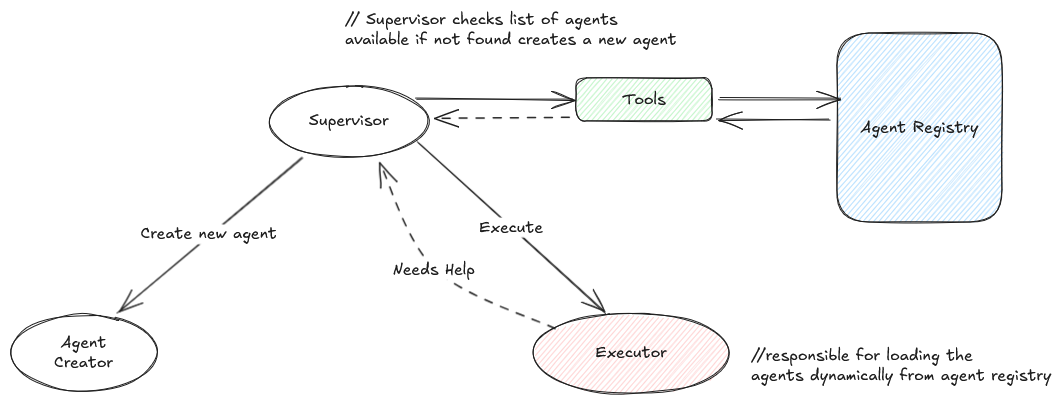
Above: resources/design.excalidraw.png in abhijeetkaze/langgraph-runtime (Excalidraw), before the change. Source tidied: one line per element, renumbered; positions are measured from the earlier drawing's top-left corner, leaving out a move shared by most shapes. Its diagram source:
```json
{"id": 0, "type": "ellipse", "strokeColor": "#1e1e1e", "strokeWidth": 1, "roughness": 1, "round": true, "x": 374, "y": 76, "width": 160, "height": 71}
{"id": 1, "type": "text", "text": "Supervisor", "strokeColor": "#1e1e1e", "strokeWidth": 1, "roughness": 1, "fontSize": 16, "fontFamily": 5, "textAlign": "center", "verticalAlign": "middle", "inside": 0, "x": 417, "y": 101, "width": 75, "height": 20}
{"id": 2, "type": "arrow", "strokeColor": "#1e1e1e", "strokeWidth": 1, "roughness": 1, "endArrowhead": "arrow", "round": true, "from": 0, "to": 4, "x": 406, "y": 147, "width": 184, "height": 155, "points": [[0, 0], [-184, 155]]}
{"id": 3, "type": "text", "text": "Create new agent", "strokeColor": "#1e1e1e", "strokeWidth": 1, "roughness": 1, "fontSize": 16, "fontFamily": 5, "textAlign": "center", "verticalAlign": "middle", "inside": 2, "x": 0, "y": 164, "width": 124, "height": 20}
{"id": 4, "type": "ellipse", "strokeColor": "#1e1e1e", "strokeWidth": 1, "roughness": 1, "round": true, "x": 115, "y": 305, "width": 147, "height": 76}
{"id": 5, "type": "text", "text": "Agent\nCreator", "strokeColor": "#1e1e1e", "strokeWidth": 1, "roughness": 1, "fontSize": 16, "fontFamily": 5, "textAlign": "center", "verticalAlign": "middle", "inside": 4, "x": 163, "y": 323, "width": 52, "height": 40}
{"id": 6, "type": "arrow", "strokeColor": "#1e1e1e", "strokeWidth": 1, "roughness": 1, "endArrowhead": "arrow", "round": true, "from": 0, "to": 8, "x": 523, "y": 132, "width": 187, "height": 170, "points": [[0, 0], [187, 170]]}
{"id": 7, "type": "text", "text": "Execute", "strokeColor": "#1e1e1e", "strokeWidth": 1, "roughness": 1, "fontSize": 16, "fontFamily": 5, "textAlign": "center", "verticalAlign": "middle", "inside": 6, "x": 337, "y": 157, "width": 54, "height": 20}
{"id": 8, "type": "ellipse", "strokeColor": "#1e1e1e", "backgroundColor": "#ffc9c9", "fillStyle": "hachure", "strokeWidth": 1, "roughness": 1, "round": true, "x": 638, "y": 303, "width": 196, "height": 81}
{"id": 9, "type": "text", "text": "Executor", "strokeColor": "#1e1e1e", "strokeWidth": 1, "roughness": 1, "fontSize": 16, "fontFamily": 5, "textAlign": "center", "verticalAlign": "middle", "inside": 8, "x": 706, "y": 333, "width": 60, "height": 20}
{"id": 10, "type": "text", "text": "//responsible for loading the \nagents dynamically from agent registry", "strokeColor": "#1e1e1e", "backgroundColor": "#ffc9c9", "fillStyle": "hachure", "strokeWidth": 1, "roughness": 1, "fontSize": 16, "fontFamily": 5, "x": 856, "y": 336, "width": 300, "height": 40}
{"id": 11, "type": "rectangle", "strokeColor": "#1e1e1e", "backgroundColor": "#a5d8ff", "fillStyle": "hachure", "strokeWidth": 1, "roughness": 1, "round": true, "x": 942, "y": 23, "width": 165, "height": 189}
{"id": 12, "type": "text", "text": "Agent Registry", "strokeColor": "#1e1e1e", "backgroundColor": "#a5d8ff", "fillStyle": "hachure", "strokeWidth": 1, "roughness": 1, "fontSize": 16, "fontFamily": 5, "textAlign": "center", "verticalAlign": "middle", "inside": 11, "x": 973, "y": 108, "width": 104, "height": 20}
{"id": 13, "type": "arrow", "strokeColor": "#1e1e1e", "backgroundColor": "#a5d8ff", "fillStyle": "hachure", "strokeWidth": 1, "strokeStyle": "dashed", "roughness": 1, "endArrowhead": "arrow", "round": true, "from": 8, "to": 0, "x": 660, "y": 318, "width": 175, "height": 166, "points": [[0, 0], [-121, -58], [-175, -166]]}
{"id": 14, "type": "text", "text": "Needs Help", "strokeColor": "#1e1e1e", "backgroundColor": "#a5d8ff", "fillStyle": "hachure", "strokeWidth": 1, "strokeStyle": "dashed", "roughness": 1, "fontSize": 16, "fontFamily": 5, "textAlign": "center", "verticalAlign": "middle", "inside": 13, "x": 246, "y": 200, "width": 82, "height": 20}
{"id": 15, "type": "rectangle", "strokeColor": "#1e1e1e", "backgroundColor": "#b2f2bb", "fillStyle": "hachure", "strokeWidth": 1, "roughness": 1, "round": true, "x": 681, "y": 68, "width": 136, "height": 43}
{"id": 16, "type": "text", "text": "Tools", "strokeColor": "#1e1e1e", "backgroundColor": "#b2f2bb", "fillStyle": "hachure", "strokeWidth": 1, "strokeStyle": "dashed", "roughness": 1, "fontSize": 16, "fontFamily": 5, "textAlign": "center", "verticalAlign": "middle", "inside": 15, "x": 731, "y": 80, "width": 36, "height": 20}
{"id": 17, "type": "arrow", "strokeColor": "#1e1e1e", "backgroundColor": "#b2f2bb", "fillStyle": "hachure", "strokeWidth": 1, "roughness": 1, "endArrowhead": "arrow", "round": true, "from": 0, "to": 15, "x": 521, "y": 89, "width": 158, "height": 0, "points": [[0, 0], [158, 0]]}
{"id": 18, "type": "arrow", "strokeColor": "#1e1e1e", "backgroundColor": "#b2f2bb", "fillStyle": "hachure", "strokeWidth": 1, "strokeStyle": "dashed", "roughness": 1, "endArrowhead": "arrow", "round": true, "from": 15, "to": 0, "x": 676, "y": 107, "width": 136, "height": 2, "points": [[0, 0], [-136, 2]]}
{"id": 19, "type": "arrow", "strokeColor": "#1e1e1e", "backgroundColor": "#b2f2bb", "fillStyle": "hachure", "strokeWidth": 1, "roughness": 1, "endArrowhead": "arrow", "round": true, "from": 15, "to": 11, "x": 825, "y": 88, "width": 121, "height": 0, "points": [[0, 0], [121, 0]]}
{"id": 20, "type": "arrow", "strokeColor": "#1e1e1e", "backgroundColor": "#b2f2bb", "fillStyle": "hachure", "strokeWidth": 1, "roughness": 1, "endArrowhead": "arrow", "round": true, "from": 11, "to": 15, "x": 935, "y": 110, "width": 113, "height": 1, "points": [[0, 0], [-113, -1]]}
{"id": 21, "type": "text", "text": "// Supervisor checks list of agents \navailable if not found creates a new agent", "strokeColor": "#1e1e1e", "backgroundColor": "#b2f2bb", "fillStyle": "hachure", "strokeWidth": 1, "roughness": 1, "fontSize": 16, "fontFamily": 5, "x": 450, "y": 0, "width": 332, "height": 40}
```
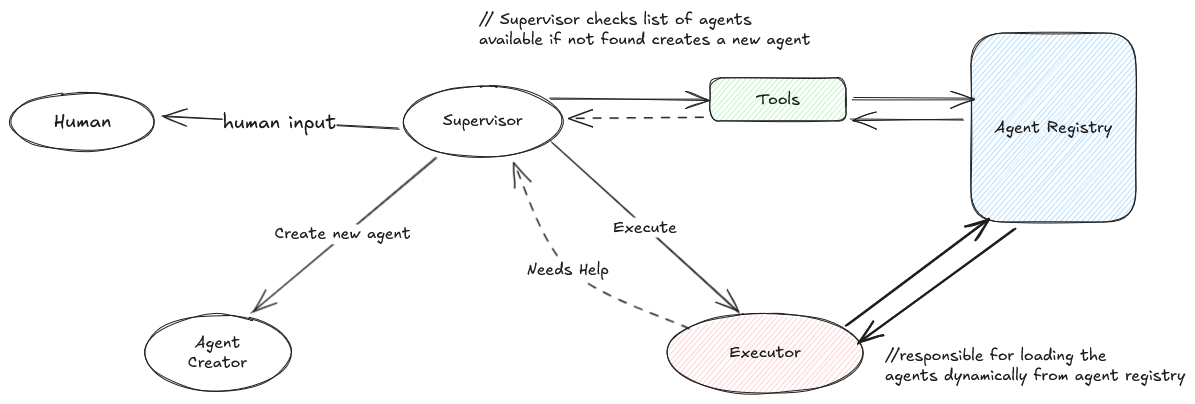
After the commit.

Commit message:
feat: Implement state management and agent workflow in main.py

The edit, as a diff of the source:
```diff
@@ -20,3 +20,9 @@
 {"id": 19, "type": "arrow", "strokeColor": "#1e1e1e", "backgroundColor": "#b2f2bb", "fillStyle": "hachure", "strokeWidth": 1, "roughness": 1, "endArrowhead": "arrow", "round": true, "from": 15, "to": 11, "x": 825, "y": 88, "width": 121, "height": 0, "points": [[0, 0], [121, 0]]}
 {"id": 20, "type": "arrow", "strokeColor": "#1e1e1e", "backgroundColor": "#b2f2bb", "fillStyle": "hachure", "strokeWidth": 1, "roughness": 1, "endArrowhead": "arrow", "round": true, "from": 11, "to": 15, "x": 935, "y": 110, "width": 113, "height": 1, "points": [[0, 0], [-113, -1]]}
 {"id": 21, "type": "text", "text": "// Supervisor checks list of agents \navailable if not found creates a new agent", "strokeColor": "#1e1e1e", "backgroundColor": "#b2f2bb", "fillStyle": "hachure", "strokeWidth": 1, "roughness": 1, "fontSize": 16, "fontFamily": 5, "x": 450, "y": 0, "width": 332, "height": 40}
+{"id": 22, "type": "arrow", "strokeColor": "#1e1e1e", "strokeWidth": 2, "roughness": 1, "endArrowhead": "arrow", "round": true, "from": 8, "to": 11, "x": 818, "y": 315, "width": 142, "height": 106, "points": [[0, 0], [142, -106]]}
+{"id": 23, "type": "arrow", "strokeColor": "#1e1e1e", "strokeWidth": 2, "roughness": 1, "endArrowhead": "arrow", "round": true, "from": 11, "to": 8, "x": 985, "y": 219, "width": 156, "height": 115, "points": [[0, 0], [-156, 115]]}
+{"id": 24, "type": "ellipse", "strokeColor": "#1e1e1e", "strokeWidth": 1, "roughness": 1, "round": true, "x": -19, "y": 83, "width": 145, "height": 59}
+{"id": 25, "type": "text", "text": "Human", "strokeColor": "#1e1e1e", "strokeWidth": 2, "roughness": 1, "fontSize": 20, "fontFamily": 5, "textAlign": "center", "verticalAlign": "middle", "inside": 24, "x": 25, "y": 100, "width": 58, "height": 25}
+{"id": 26, "type": "arrow", "strokeColor": "#1e1e1e", "strokeWidth": 1, "roughness": 1, "endArrowhead": "arrow", "round": true, "from": 0, "to": 24, "x": 369, "y": 119, "width": 237, "height": 13, "points": [[0, 0], [-237, -13]]}
+{"id": 27, "type": "text", "text": "human input", "strokeColor": "#1e1e1e", "strokeWidth": 2, "roughness": 1, "fontSize": 20, "fontFamily": 5, "textAlign": "center", "verticalAlign": "middle", "inside": 26, "x": 194, "y": 100, "width": 114, "height": 25}
```
